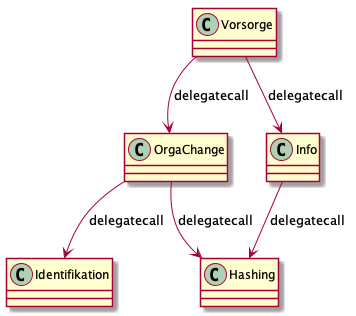
Before: docs/VVS_classes.png, a diagram exported from PlantUML (TK5-Tim/Unibas-BCC2019-VVS).
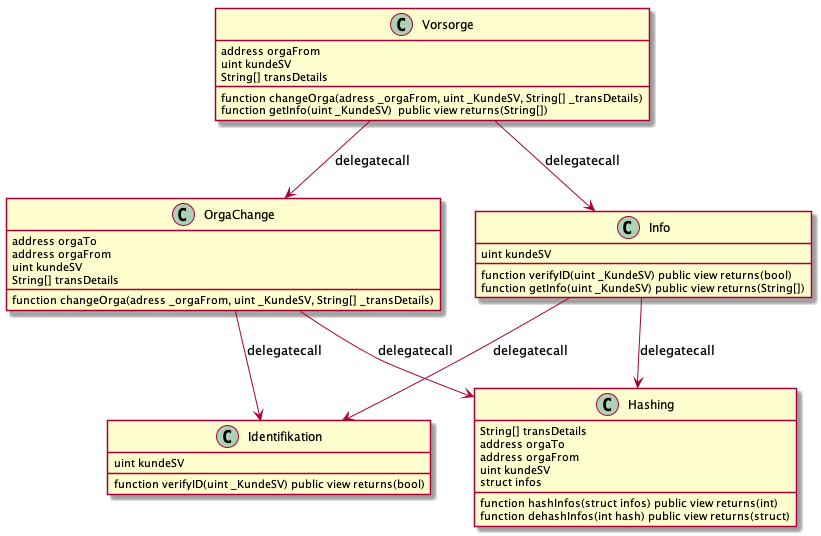
The same file after the commit.

Diff of the diagram source:
```diff
@@ -1,12 +1,40 @@
 @startuml VVS_classes
-class Vorsorge
-class OrgaChange
-class Info
-class Identifikation
-class Hashing
+class Vorsorge {
+    address orgaFrom
+    uint kundeSV
+    String[] transDetails
+    function changeOrga(adress _orgaFrom, uint _KundeSV, String[] _transDetails)
+    function getInfo(uint _KundeSV)  public view returns(String[])
+}
+class OrgaChange {
+    address orgaTo
+    address orgaFrom
+    uint kundeSV
+    String[] transDetails
+    function changeOrga(adress _orgaFrom, uint _KundeSV, String[] _transDetails)
+}
+class Info {
+    uint kundeSV
+    function verifyID(uint _KundeSV) public view returns(bool)
+    function getInfo(uint _KundeSV) public view returns(String[])
+}
+class Identifikation {
+    uint kundeSV
+    function verifyID(uint _KundeSV) public view returns(bool)
+}
+class Hashing {
+    String[] transDetails
+    address orgaTo
+    address orgaFrom
+    uint kundeSV
+    struct infos
+    function hashInfos(struct infos) public view returns(int)
+    function dehashInfos(int hash) public view returns(struct)
+}
 Vorsorge --> OrgaChange : delegatecall
 Vorsorge --> Info : delegatecall
 OrgaChange --> Identifikation : delegatecall
+Info --> Identifikation: delegatecall
 Info --> Hashing: delegatecall
 OrgaChange --> Hashing: delegatecall
 
```
